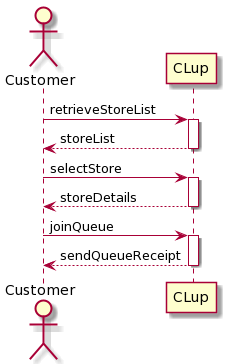
Above: RASD/uml/join_queue.png in andreafra/Software-Engineering-2-Project-2021 (PlantUML), before the change. Its source is kept beside it as RASD/uml/join_queue.puml.
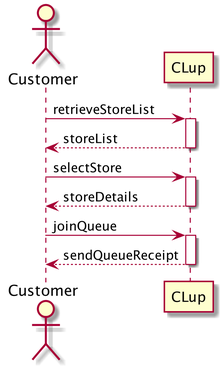
After the commit.

The edit, as a diff of the source:
```diff
@@ -1,4 +1,9 @@
-@startuml join queue
+@startuml join_queue
+
+skinparam dpi 300
+skinparam ActorFontSize 15
+skinparam UsecaseFontSize 12
+
 actor Customer as c
 participant CLup as sys
 
```
